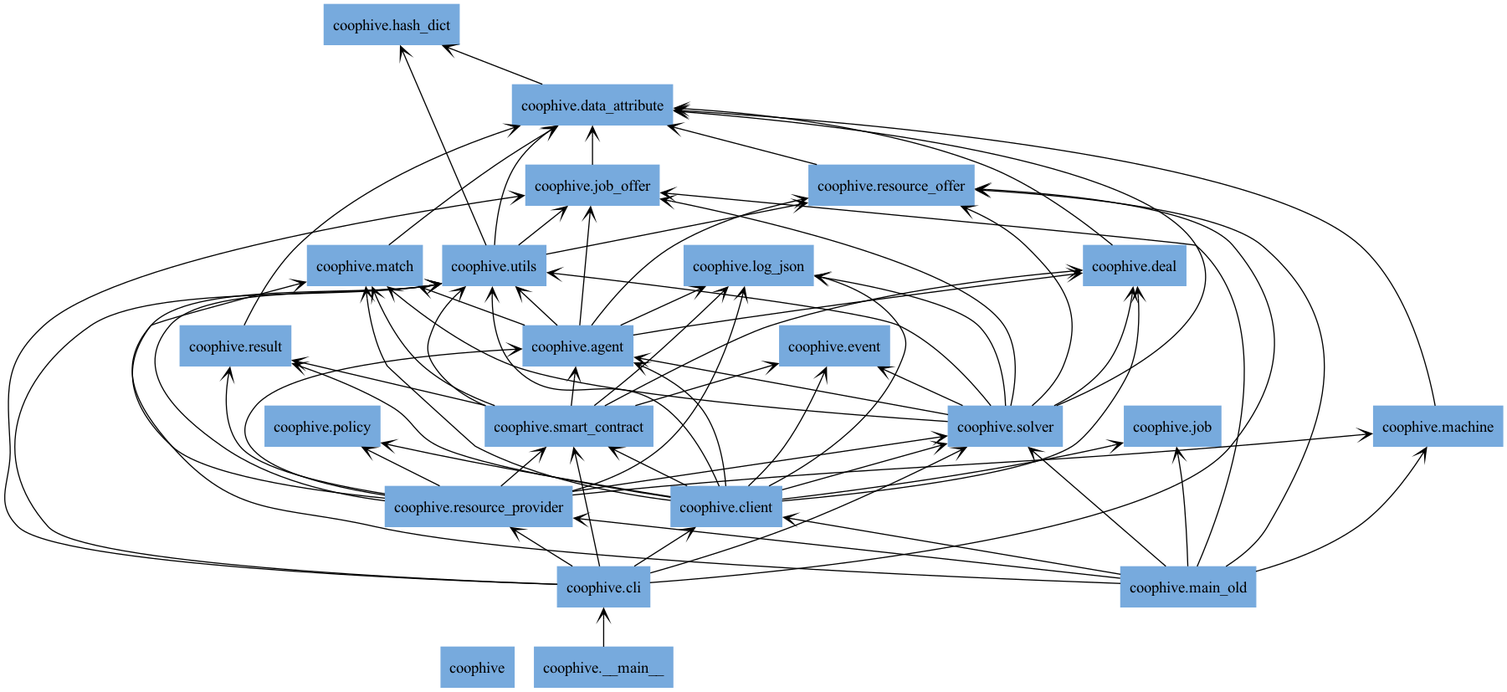
CoopHive/Apiary keeps this Graphviz diagram as docs/img/packages_coophive.png. Above is the earlier version. Its source is kept beside it as docs/img/packages_coophive.dot.
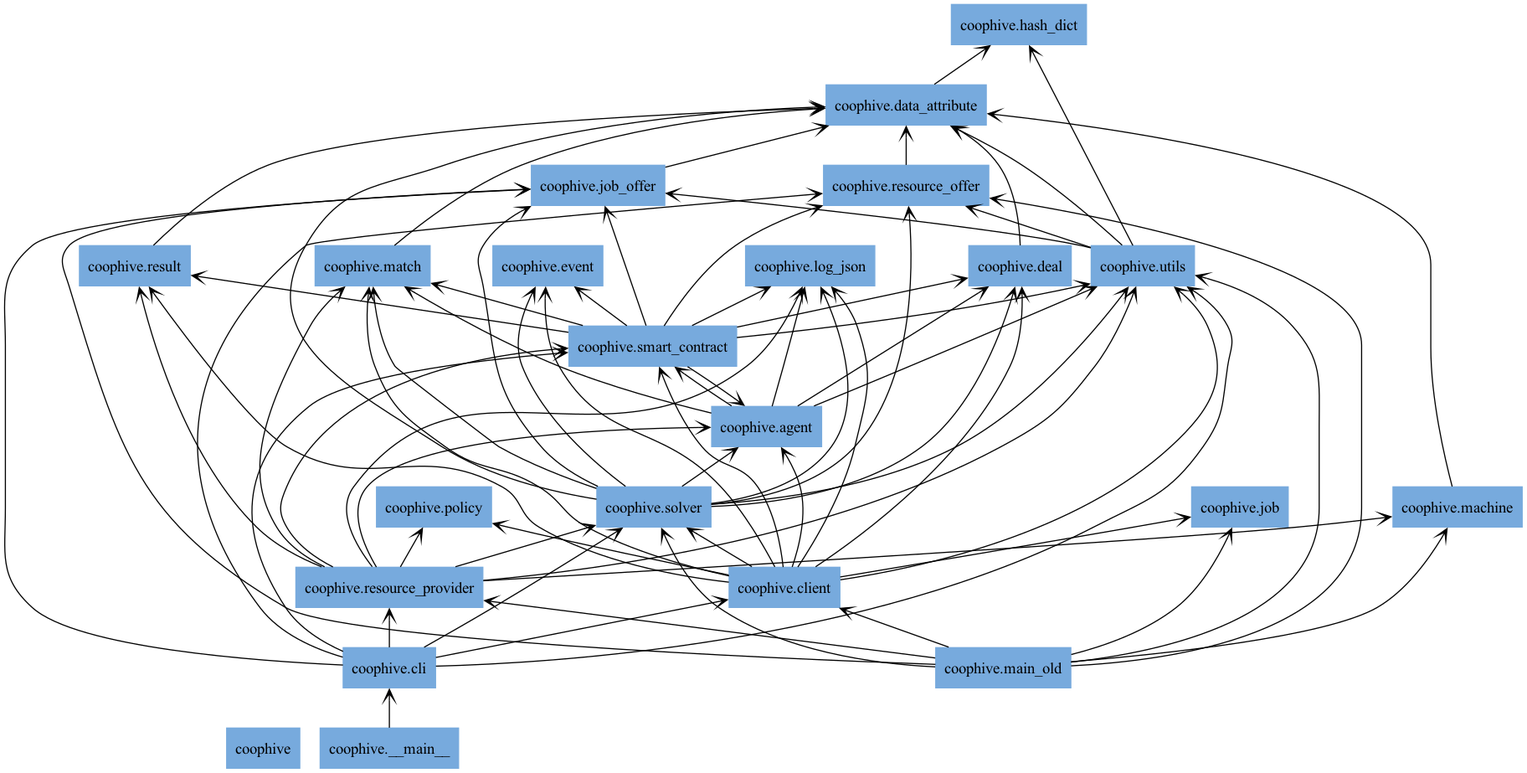
The same file after the commit.

What changed in the source:
```diff
@@ -25,10 +25,9 @@
 "coophive.utils" [color="#77AADD", label=<coophive.utils>, shape="box", style="filled"];
 "coophive.__main__" -> "coophive.cli" [arrowhead="open", arrowtail="none"];
 "coophive.agent" -> "coophive.deal" [arrowhead="open", arrowtail="none"];
-"coophive.agent" -> "coophive.job_offer" [arrowhead="open", arrowtail="none"];
 "coophive.agent" -> "coophive.log_json" [arrowhead="open", arrowtail="none"];
 "coophive.agent" -> "coophive.match" [arrowhead="open", arrowtail="none"];
-"coophive.agent" -> "coophive.resource_offer" [arrowhead="open", arrowtail="none"];
+"coophive.agent" -> "coophive.smart_contract" [arrowhead="open", arrowtail="none"];
 "coophive.agent" -> "coophive.utils" [arrowhead="open", arrowtail="none"];
 "coophive.cli" -> "coophive.client" [arrowhead="open", arrowtail="none"];
 "coophive.cli" -> "coophive.job_offer" [arrowhead="open", arrowtail="none"];
@@ -75,8 +74,10 @@
 "coophive.smart_contract" -> "coophive.agent" [arrowhead="open", arrowtail="none"];
 "coophive.smart_contract" -> "coophive.deal" [arrowhead="open", arrowtail="none"];
 "coophive.smart_contract" -> "coophive.event" [arrowhead="open", arrowtail="none"];
+"coophive.smart_contract" -> "coophive.job_offer" [arrowhead="open", arrowtail="none"];
 "coophive.smart_contract" -> "coophive.log_json" [arrowhead="open", arrowtail="none"];
 "coophive.smart_contract" -> "coophive.match" [arrowhead="open", arrowtail="none"];
+"coophive.smart_contract" -> "coophive.resource_offer" [arrowhead="open", arrowtail="none"];
 "coophive.smart_contract" -> "coophive.result" [arrowhead="open", arrowtail="none"];
 "coophive.smart_contract" -> "coophive.utils" [arrowhead="open", arrowtail="none"];
 "coophive.solver" -> "coophive.agent" [arrowhead="open", arrowtail="none"];
```
